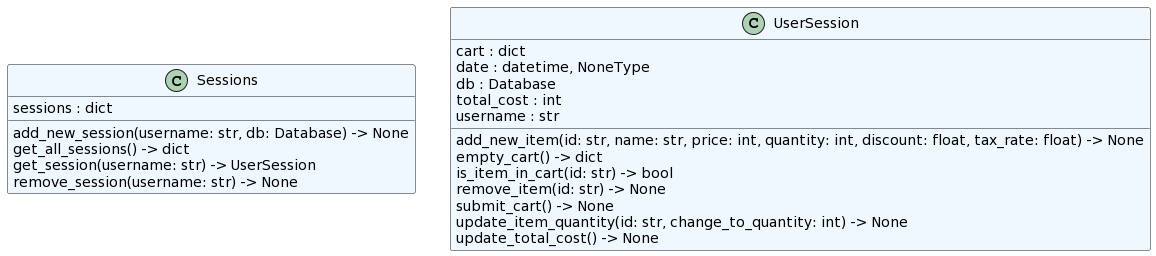
StephenButters13/onlineStore keeps this PlantUML diagram as core/classes.png. Above is the earlier version.
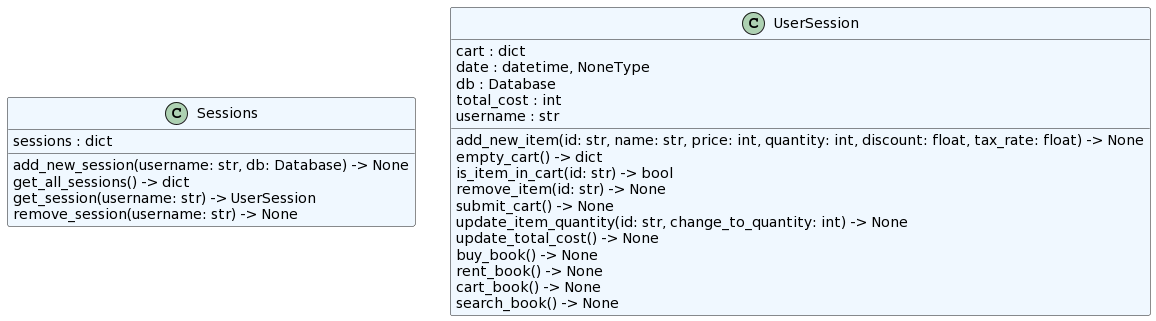
Above is the later version.

Commit message:
fixed core pngs

Diff of the diagram source:
```diff
@@ -20,5 +20,9 @@
   submit_cart() -> None
   update_item_quantity(id: str, change_to_quantity: int) -> None
   update_total_cost() -> None
+  buy_book() -> None
+  rent_book() -> None
+  cart_book() -> None
+  search_book() -> None
 }
 @enduml
```
